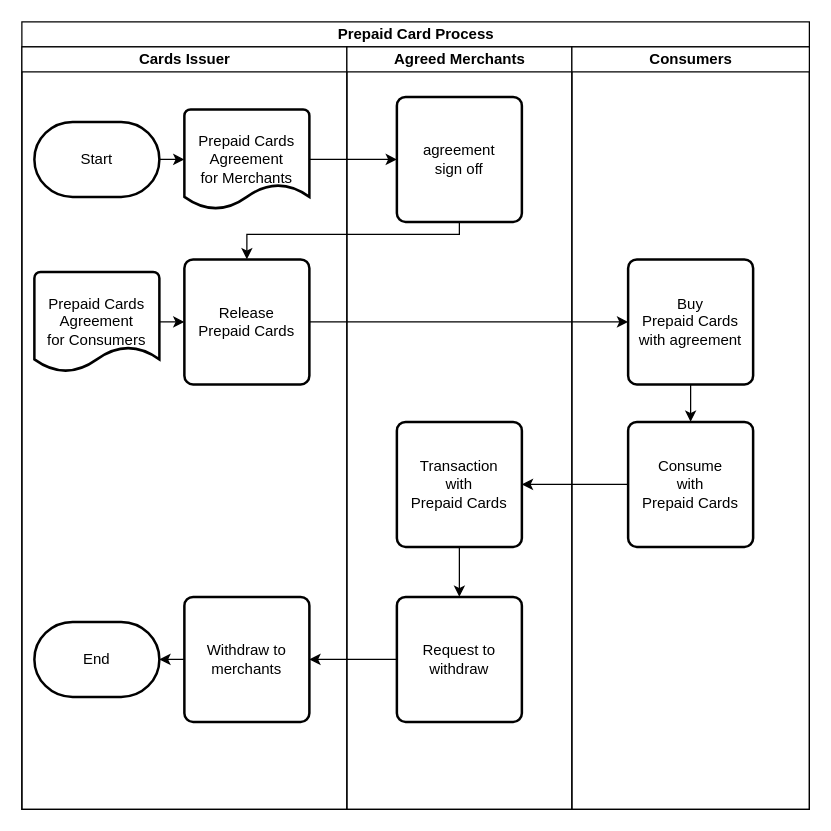
Above: prepaid card process.drawio in LinhaiShen/draw.io (draw.io), before the change. Source tidied: cells renumbered, new cells numbered last; positions are measured from the earlier drawing's top-left corner, leaving out a move shared by most shapes. Both pictures are drawn from the tidied source at 125%, with x=0, y=0 at pixel (21, 21).
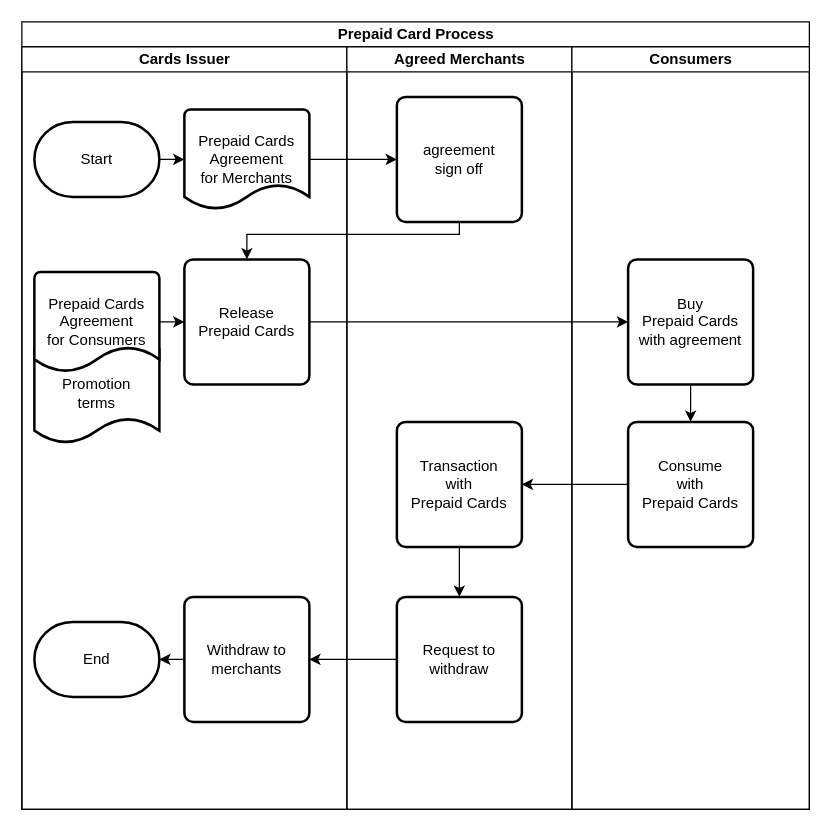
The same diagram, later.

The change refers to these unchanged cells:
```xml
<mxCell id="3" value="Cards Issuer" style="swimlane;startSize=20;html=1;" parent="2" vertex="1">
  <mxGeometry y="20" width="260" height="610" as="geometry" />
</mxCell>
```

Change to the diagram source:
```diff
@@
+    <mxCell id="27" value="Promotion&lt;br&gt;terms" style="strokeWidth=2;html=1;shape=mxgraph.flowchart.document2;whiteSpace=wrap;size=0.25;" parent="3" vertex="1">
+      <mxGeometry x="10" y="237" width="100" height="80" as="geometry" />
+    </mxCell>
```
